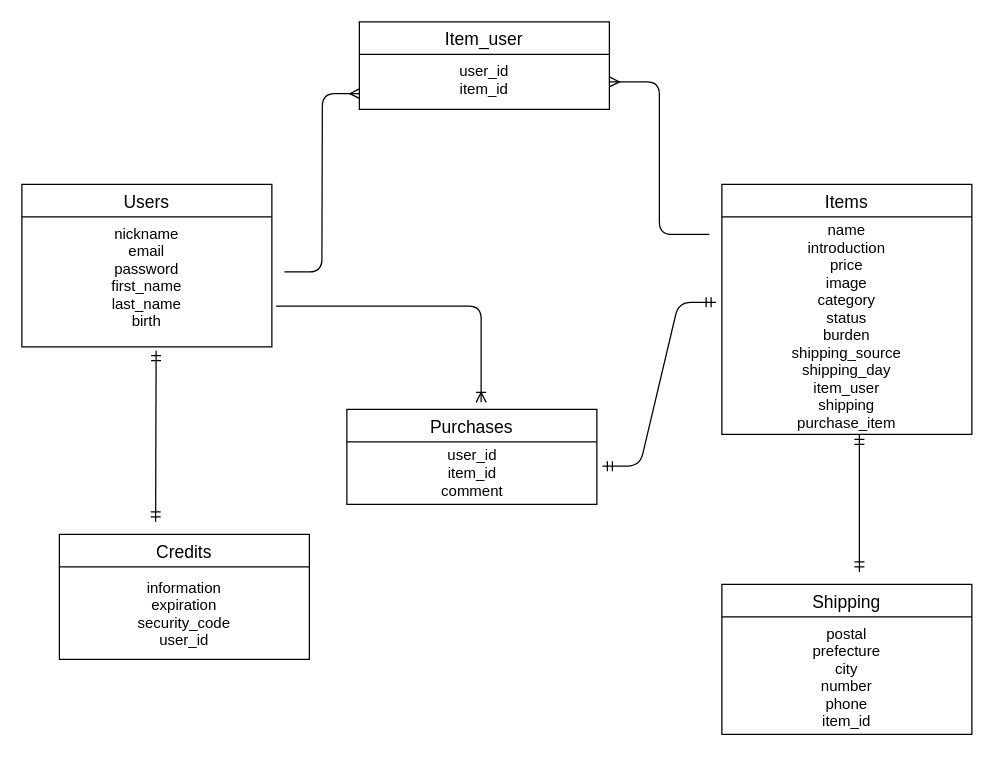
mitsunari-soad/furima_31783 keeps this draw.io diagram as test.Draw.io Integration.dio. Above is the earlier version. Source tidied: cells renumbered, new cells numbered last; positions are measured from the earlier drawing's top-left corner, leaving out a move shared by most shapes. Both pictures are drawn from the tidied source at 125%, with x=0, y=0 at pixel (21, 21).
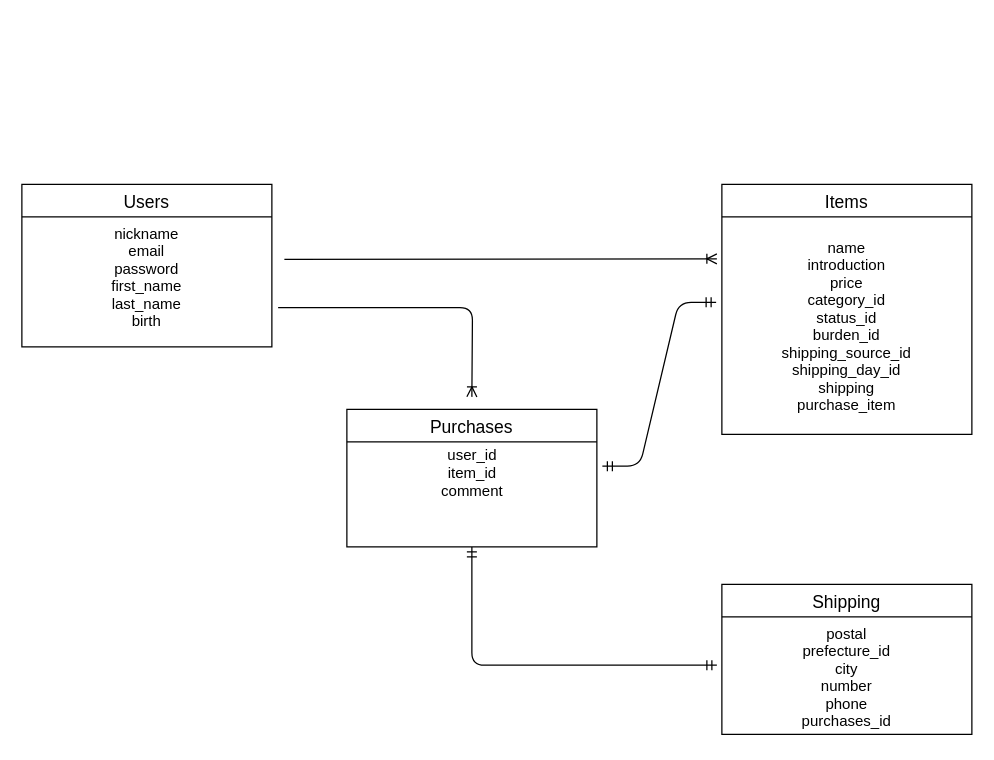
The same page after the edit.

The change refers to these unchanged cells:
```xml
<mxCell id="2" value="Users" style="swimlane;fontStyle=0;horizontal=1;startSize=26;align=center;fontSize=14;" parent="1" vertex="1">
  <mxGeometry y="130" width="200" height="130" as="geometry" />
</mxCell>
<mxCell id="3" value="nickname&#10;email&#10;password&#10;first_name&#10;last_name&#10;birth" style="text;strokeColor=none;fillColor=none;spacingLeft=4;spacingRight=4;overflow=hidden;points=[[0,0.5],[1,0.5]];portConstraint=eastwest;fontSize=12;align=center;" parent="2" vertex="1">
  <mxGeometry y="26" width="200" height="104" as="geometry" />
</mxCell>
<mxCell id="4" value="Items" style="swimlane;fontStyle=0;horizontal=1;startSize=26;align=center;fontSize=14;" parent="1" vertex="1">
  <mxGeometry x="560" y="130" width="200" height="200" as="geometry" />
</mxCell>
<mxCell id="8" value="Shipping" style="swimlane;fontStyle=0;horizontal=1;startSize=26;align=center;fontSize=14;" parent="1" vertex="1">
  <mxGeometry x="560" y="450" width="200" height="120" as="geometry" />
</mxCell>
```

Diff of the diagram source:
```diff
@@
+    <mxCell id="20" style="edgeStyle=elbowEdgeStyle;rounded=0;orthogonalLoop=1;jettySize=auto;html=1;exitX=1;exitY=0.5;exitDx=0;exitDy=0;" parent="2" edge="1">
+      <mxGeometry relative="1" as="geometry">
+        <mxPoint x="200" y="182" as="sourcePoint" />
+        <mxPoint x="200" y="182" as="targetPoint" />
+      </mxGeometry>
+    </mxCell>
@@
-    <mxCell id="5" value="name&#10;introduction&#10;price&#10;image&#10;category&#10;status&#10;burden&#10;shipping_source&#10;shipping_day&#10;item_user&#10;shipping&#10;purchase_item" style="text;strokeColor=none;fillColor=none;spacingLeft=4;spacingRight=4;overflow=hidden;points=[[0,0.5],[1,0.5]];portConstraint=eastwest;fontSize=12;verticalAlign=middle;align=center;" parent="4" vertex="1">
+    <mxCell id="5" value="name&#10;introduction&#10;price&#10;category_id&#10;status_id&#10;burden_id&#10;shipping_source_id&#10;shipping_day_id&#10;shipping&#10;purchase_item" style="text;strokeColor=none;fillColor=none;spacingLeft=4;spacingRight=4;overflow=hidden;points=[[0,0.5],[1,0.5]];portConstraint=eastwest;fontSize=12;verticalAlign=middle;align=center;" parent="4" vertex="1">
       <mxGeometry y="26" width="200" height="174" as="geometry" />
     </mxCell>
-    <mxCell id="6" value="Item_user" style="swimlane;fontStyle=0;horizontal=1;startSize=26;align=center;fontSize=14;" parent="1" vertex="1">
-      <mxGeometry x="270" width="200" height="70" as="geometry" />
-    </mxCell>
-    <mxCell id="7" value="user_id&#10;item_id&#10;" style="text;strokeColor=none;fillColor=none;spacingLeft=4;spacingRight=4;overflow=hidden;points=[[0,0.5],[1,0.5]];portConstraint=eastwest;fontSize=12;align=center;" parent="6" vertex="1">
-      <mxGeometry y="26" width="200" height="44" as="geometry" />
-    </mxCell>
@@
-    <mxCell id="9" value="postal&#10;prefecture&#10;city&#10;number&#10;phone&#10;item_id&#10;&#10;" style="text;strokeColor=none;fillColor=none;spacingLeft=4;spacingRight=4;overflow=hidden;points=[[0,0.5],[1,0.5]];portConstraint=eastwest;fontSize=12;align=center;" parent="8" vertex="1">
+    <mxCell id="9" value="postal&#10;prefecture_id&#10;city&#10;number&#10;phone&#10;purchases_id&#10;&#10;" style="text;strokeColor=none;fillColor=none;spacingLeft=4;spacingRight=4;overflow=hidden;points=[[0,0.5],[1,0.5]];portConstraint=eastwest;fontSize=12;align=center;" parent="8" vertex="1">
       <mxGeometry y="26" width="200" height="94" as="geometry" />
     </mxCell>
     <mxCell id="10" value="Purchases" style="swimlane;fontStyle=0;horizontal=1;startSize=26;align=center;fontSize=14;" parent="1" vertex="1">
-      <mxGeometry x="260" y="310" width="200" height="76" as="geometry" />
+      <mxGeometry x="260" y="310" width="200" height="110" as="geometry" />
     </mxCell>
+    <mxCell id="16" style="edgeStyle=entityRelationEdgeStyle;fontSize=12;html=1;endArrow=ERmandOne;startArrow=ERmandOne;exitX=1.022;exitY=0.388;exitDx=0;exitDy=0;exitPerimeter=0;entryX=-0.023;entryY=0.393;entryDx=0;entryDy=0;entryPerimeter=0;" parent="1" edge="1" source="11" target="5">
+      <mxGeometry relative="1" as="geometry" />
+    </mxCell>
-    <mxCell id="11" value="user_id&lt;br&gt;item_id&lt;br&gt;comment" style="text;html=1;align=center;verticalAlign=middle;points=[];" parent="10" vertex="1">
-      <mxGeometry y="26" width="200" height="50" as="geometry" />
+    <mxCell id="11" value="user_id&lt;br&gt;item_id&lt;br&gt;comment" style="text;html=1;align=center;verticalAlign=middle;points=[];" parent="1" vertex="1">
+      <mxGeometry x="260" y="336" width="200" height="50" as="geometry" />
     </mxCell>
-    <mxCell id="12" value="Credits" style="swimlane;fontStyle=0;horizontal=1;startSize=26;align=center;fontSize=14;" parent="1" vertex="1">
-      <mxGeometry x="30" y="410" width="200" height="100" as="geometry" />
-    </mxCell>
-    <mxCell id="13" value="information&#10;expiration&#10;security_code&#10;user_id" style="text;strokeColor=none;fillColor=none;spacingLeft=4;spacingRight=4;overflow=hidden;fontSize=12;verticalAlign=middle;align=center;" parent="12" vertex="1">
-      <mxGeometry y="26" width="200" height="74" as="geometry" />
-    </mxCell>
-    <mxCell id="14" style="fontSize=12;html=1;endArrow=ERmandOne;startArrow=ERmandOne;entryX=0.537;entryY=1.029;entryDx=0;entryDy=0;entryPerimeter=0;" parent="1" edge="1" target="3">
-      <mxGeometry relative="1" as="geometry">
-        <mxPoint x="107" y="400" as="sourcePoint" />
-      </mxGeometry>
-    </mxCell>
-    <mxCell id="15" style="fontSize=12;html=1;endArrow=ERmandOne;startArrow=ERmandOne;" parent="1" edge="1">
-      <mxGeometry relative="1" as="geometry">
-        <mxPoint x="670" y="440" as="sourcePoint" />
-        <mxPoint x="670" y="330" as="targetPoint" />
-      </mxGeometry>
-    </mxCell>
-    <mxCell id="16" style="edgeStyle=entityRelationEdgeStyle;fontSize=12;html=1;endArrow=ERmandOne;startArrow=ERmandOne;exitX=1.022;exitY=0.388;exitDx=0;exitDy=0;exitPerimeter=0;entryX=-0.023;entryY=0.393;entryDx=0;entryDy=0;entryPerimeter=0;" parent="1" edge="1" source="11" target="5">
-      <mxGeometry relative="1" as="geometry" />
-    </mxCell>
-    <mxCell id="17" style="edgeStyle=entityRelationEdgeStyle;fontSize=12;html=1;endArrow=ERmany;entryX=0.002;entryY=0.714;entryDx=0;entryDy=0;entryPerimeter=0;" parent="1" edge="1" target="7">
-      <mxGeometry relative="1" as="geometry">
-        <mxPoint x="210" y="200" as="sourcePoint" />
-      </mxGeometry>
-    </mxCell>
-    <mxCell id="18" style="edgeStyle=elbowEdgeStyle;fontSize=12;html=1;endArrow=ERmany;entryX=1;entryY=0.5;entryDx=0;entryDy=0;" parent="1" edge="1" target="7">
-      <mxGeometry relative="1" as="geometry">
-        <mxPoint x="550" y="170" as="sourcePoint" />
-      </mxGeometry>
-    </mxCell>
-    <mxCell id="19" style="edgeStyle=orthogonalEdgeStyle;fontSize=12;html=1;endArrow=ERoneToMany;exitX=1.017;exitY=0.687;exitDx=0;exitDy=0;exitPerimeter=0;entryX=0.537;entryY=-0.074;entryDx=0;entryDy=0;entryPerimeter=0;" parent="1" edge="1" source="3" target="10">
-      <mxGeometry relative="1" as="geometry" />
-    </mxCell>
+    <mxCell id="21" style="fontSize=12;html=1;endArrow=ERoneToMany;entryX=-0.02;entryY=0.193;entryDx=0;entryDy=0;entryPerimeter=0;" parent="1" edge="1" target="5">
+      <mxGeometry relative="1" as="geometry">
+        <mxPoint x="210" y="190" as="sourcePoint" />
+      </mxGeometry>
+    </mxCell>
+    <mxCell id="22" style="edgeStyle=orthogonalEdgeStyle;fontSize=12;html=1;endArrow=ERoneToMany;exitX=1.025;exitY=0.698;exitDx=0;exitDy=0;exitPerimeter=0;" parent="1" edge="1" source="3">
+      <mxGeometry relative="1" as="geometry">
+        <mxPoint x="360" y="300" as="targetPoint" />
+      </mxGeometry>
+    </mxCell>
+    <mxCell id="23" style="edgeStyle=orthogonalEdgeStyle;fontSize=12;html=1;endArrow=ERmandOne;startArrow=ERmandOne;exitX=-0.02;exitY=0.411;exitDx=0;exitDy=0;exitPerimeter=0;entryX=0.5;entryY=1;entryDx=0;entryDy=0;elbow=vertical;" parent="1" edge="1" source="9" target="10">
+      <mxGeometry relative="1" as="geometry" />
+    </mxCell>
```
